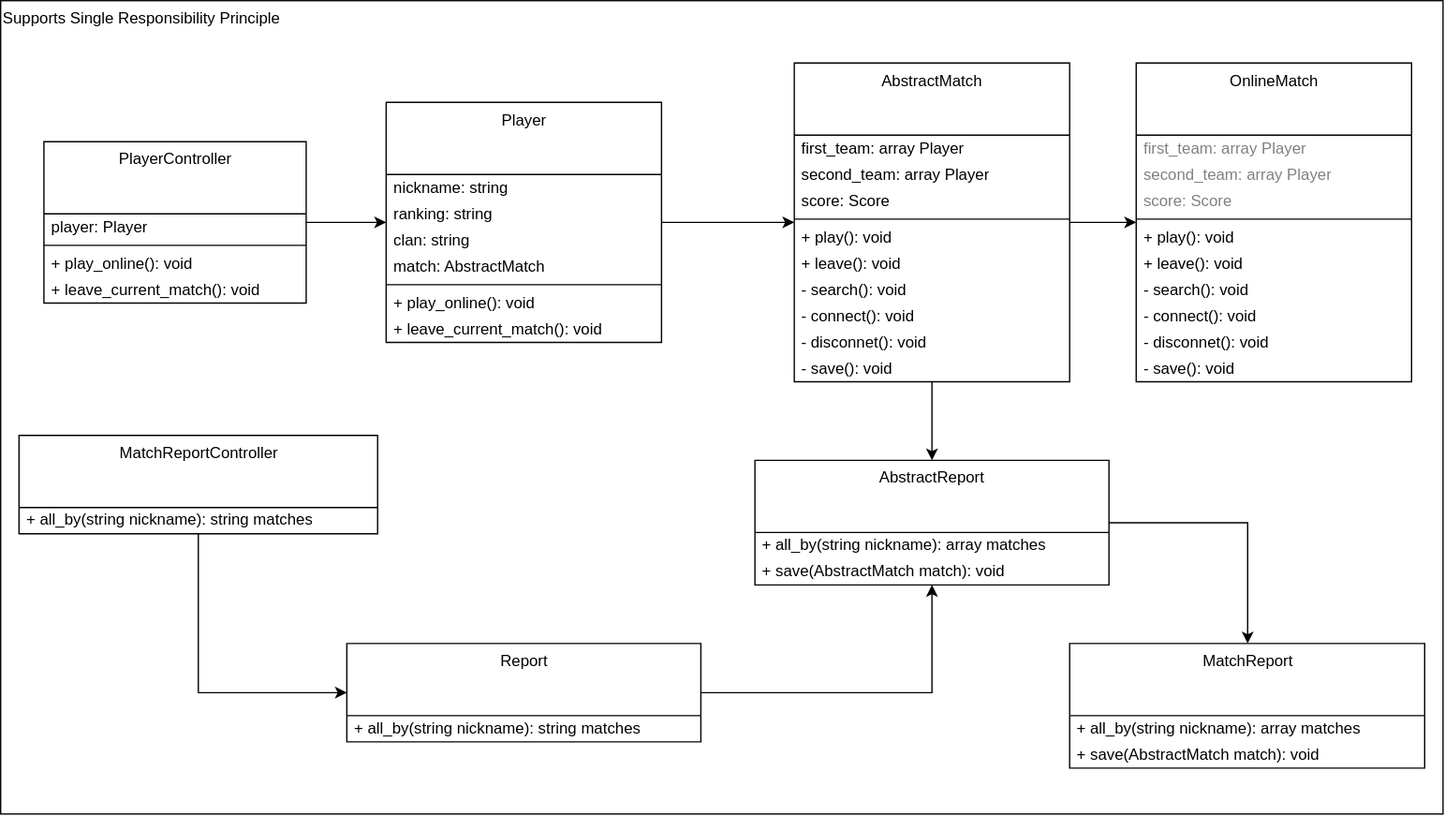
GabrielSlima/blog keeps this draw.io diagram as images/clean-code-clean-classes/DIP.svg. Above is the earlier version. Source tidied: cells renumbered, new cells last; positions are measured from the earlier drawing's top-left corner, leaving out a move shared by most shapes.
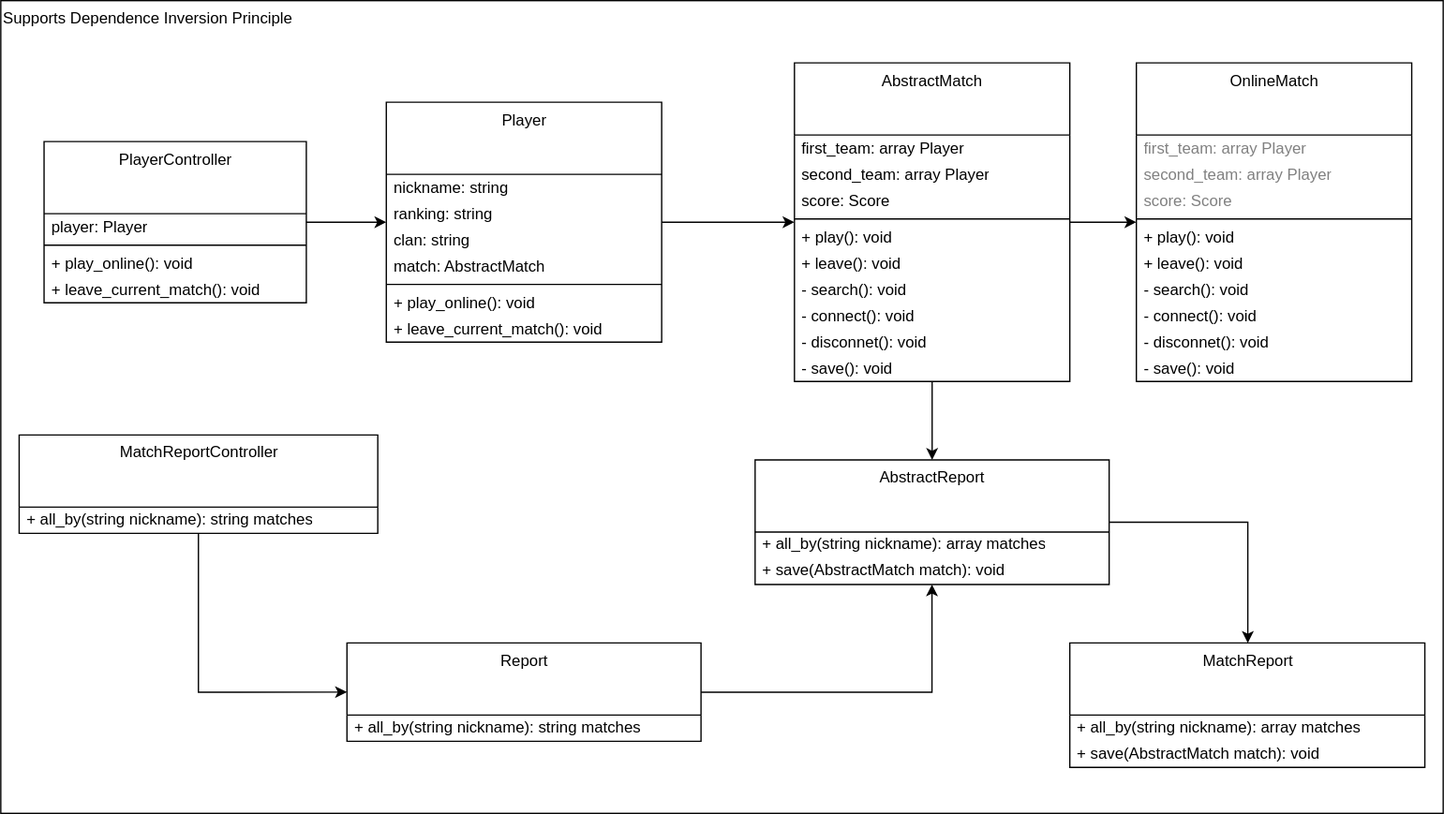
After the change.

Diff of the diagram source:
```diff
@@ -2,7 +2,7 @@
   <root>
     <mxCell id="0" />
     <mxCell id="1" parent="0" />
-    <mxCell id="2" value="Supports Single Responsibility Principle" style="rounded=0;whiteSpace=wrap;html=1;fillColor=none;align=left;verticalAlign=top;" parent="1" vertex="1">
+    <mxCell id="2" value="Supports Dependence Inversion Principle" style="rounded=0;whiteSpace=wrap;html=1;fillColor=none;align=left;verticalAlign=top;" parent="1" vertex="1">
       <mxGeometry width="1100" height="620" as="geometry" />
     </mxCell>
     <mxCell id="3" value="MatchReport" style="swimlane;fontStyle=0;align=center;verticalAlign=top;horizontal=1;startSize=55;html=1;fillColor=none;" parent="1" vertex="1">
```
